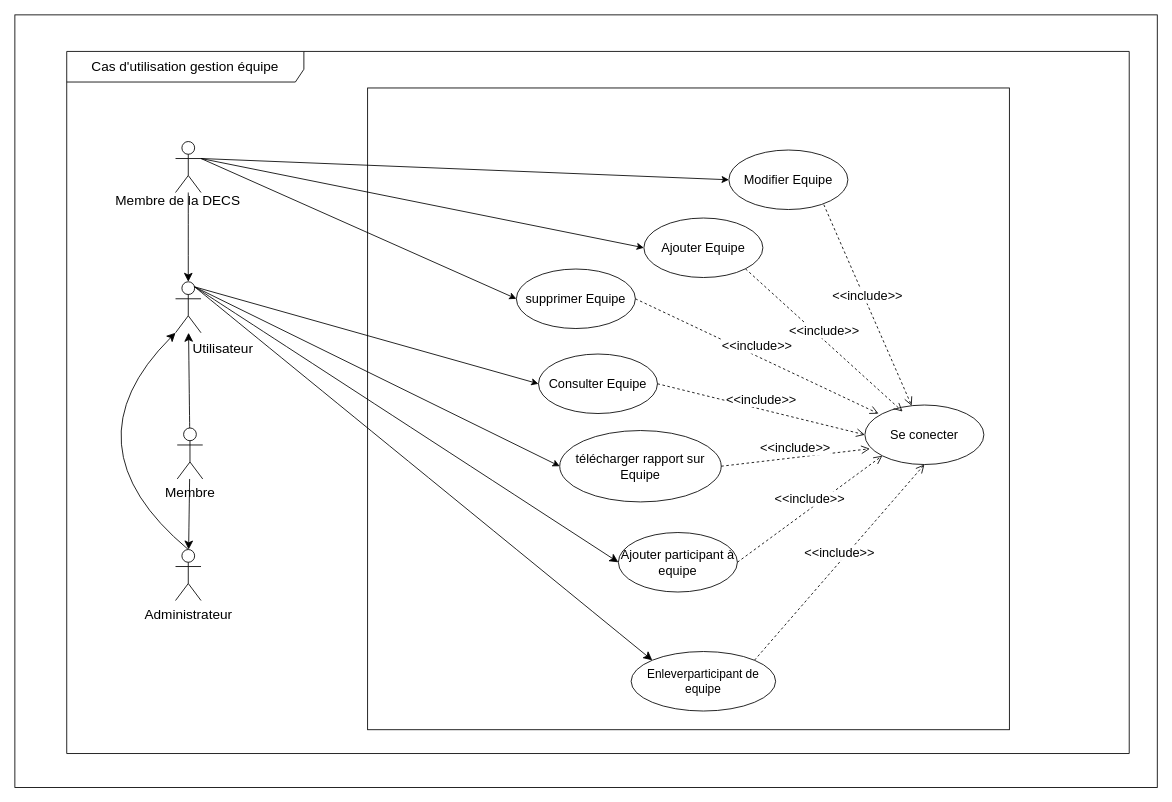
The draw.io diagram usecase gestion equipe.drawio in CabrelFeukeng/pp, before the edit. Source tidied: cells renumbered, new cells numbered last; positions are measured from the earlier drawing's top-left corner, leaving out a move shared by most shapes. Both pictures are drawn from the tidied source at 85%, with x=0, y=0 at pixel (14, 14).
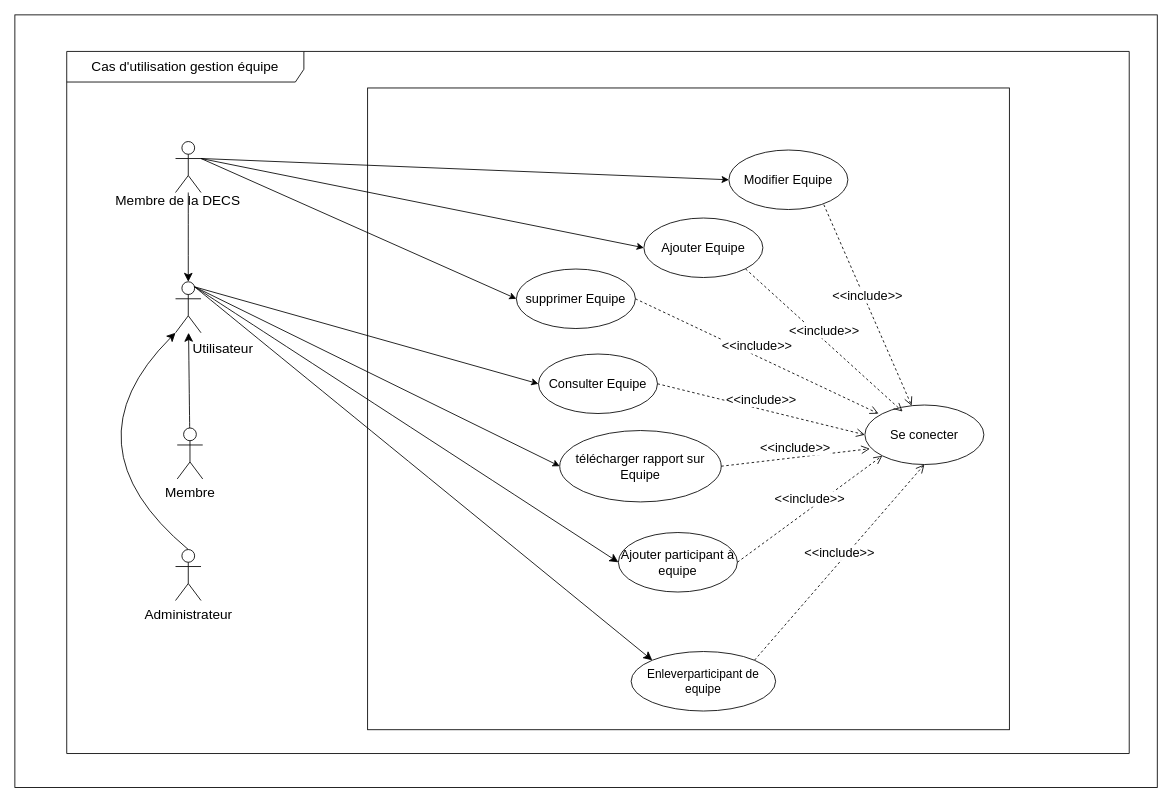
The same diagram, later.

Commit message:
Mettre à jour usecase gestion equipe.drawio

Unchanged cells that the change refers to:
```xml
<mxCell id="7" value="&lt;font style=&quot;font-size: 16px;&quot;&gt;Membre&lt;/font&gt;" style="shape=umlActor;verticalLabelPosition=bottom;verticalAlign=top;html=1;outlineConnect=0;" parent="1" vertex="1">
  <mxGeometry x="191" y="486" width="30" height="60" as="geometry" />
</mxCell>
<mxCell id="10" value="&lt;font style=&quot;font-size: 16px;&quot;&gt;Administrateur&lt;/font&gt;" style="shape=umlActor;verticalLabelPosition=bottom;verticalAlign=top;html=1;outlineConnect=0;" parent="1" vertex="1">
  <mxGeometry x="189" y="629" width="30" height="60" as="geometry" />
</mxCell>
```

What changed in the source:
```diff
@@
-    <mxCell id="5" style="edgeStyle=none;curved=1;rounded=0;jettySize=auto;html=1;fontSize=12;startSize=8;endSize=8;" parent="1" edge="1" source="7" target="10">
-      <mxGeometry relative="1" as="geometry" />
-    </mxCell>
```
